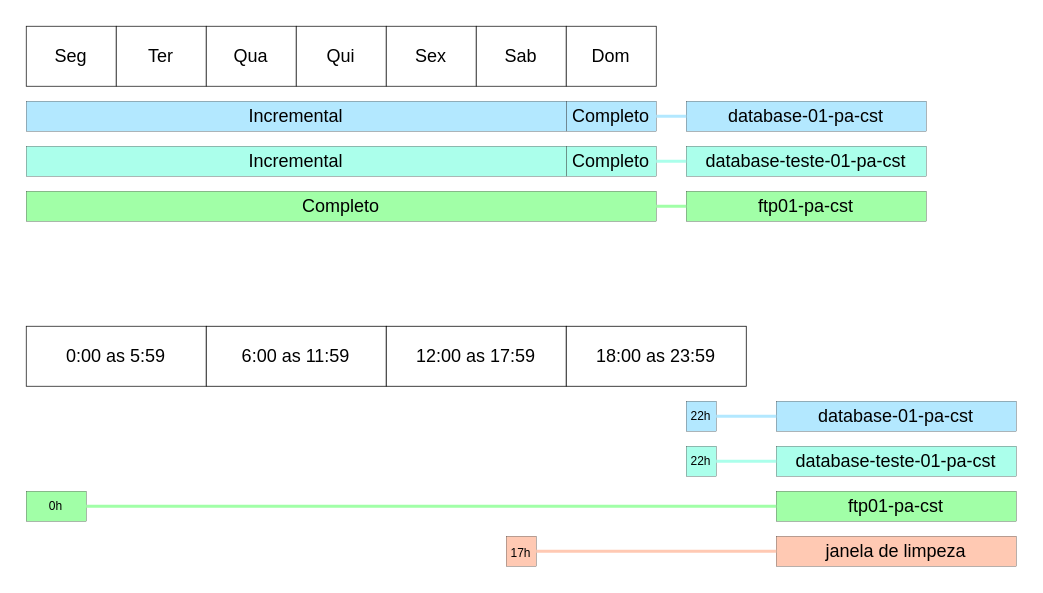
joao-prs/topologia keeps this draw.io diagram as diagrams/urbackup.drawio. Above is the earlier version. Source tidied: cells renumbered, new cells numbered last; positions are measured from the earlier drawing's top-left corner, leaving out a move shared by most shapes. Both pictures are drawn from the tidied source at 150%, with x=0, y=0 at pixel (26, 26).
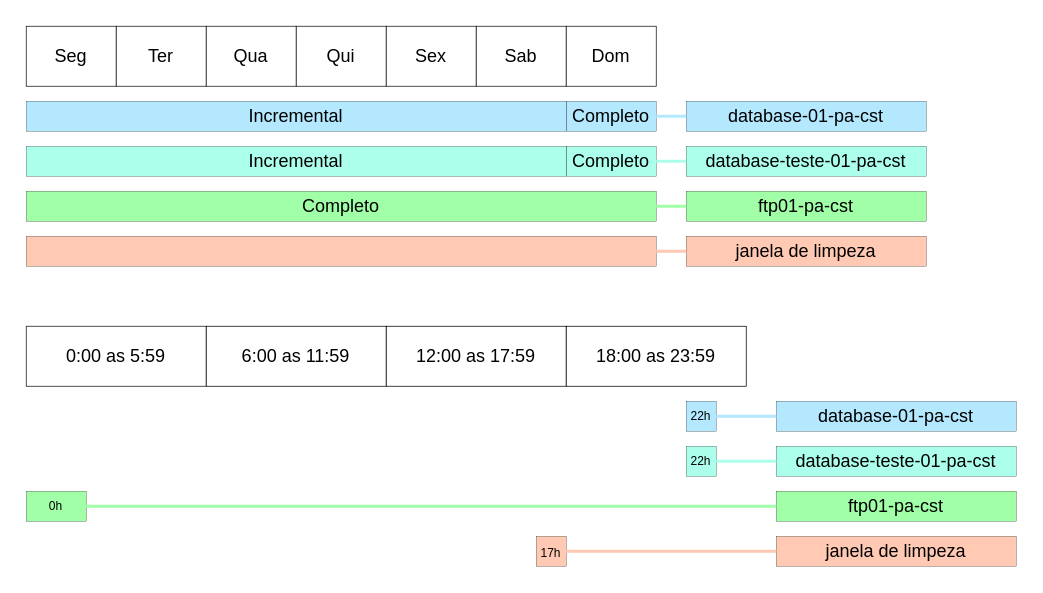
The same diagram, later.

What changed in the source:
```diff
@@
     <mxCell id="33" value="&lt;font style=&quot;font-size: 8px;&quot;&gt;17h&lt;/font&gt;" style="rounded=0;whiteSpace=wrap;html=1;strokeColor=#141414;strokeWidth=0.2;fillColor=#FFC9B3;" parent="1" vertex="1">
-      <mxGeometry x="320" y="340" width="20" height="20" as="geometry" />
+      <mxGeometry x="340" y="340" width="20" height="20" as="geometry" />
     </mxCell>
@@
+    <mxCell id="36" style="rounded=0;whiteSpace=wrap;html=1;strokeColor=#141414;strokeWidth=0.2;fillColor=#FFC9B3;" parent="1" vertex="1">
+      <mxGeometry y="140" width="420" height="20" as="geometry" />
+    </mxCell>
+    <mxCell id="37" value="janela de limpeza" style="rounded=0;whiteSpace=wrap;html=1;strokeColor=#141414;strokeWidth=0.2;fillColor=#FFC9B3;" parent="1" vertex="1">
+      <mxGeometry x="440" y="140" width="160" height="20" as="geometry" />
+    </mxCell>
+    <mxCell id="38" style="endArrow=none;html=1;rounded=0;strokeColor=#FFC9B3;entryX=0;entryY=0.5;entryDx=0;entryDy=0;strokeWidth=2;exitX=1;exitY=0.5;exitDx=0;exitDy=0;" parent="1" edge="1" source="36" target="37">
+      <mxGeometry relative="1" as="geometry" />
+    </mxCell>
```
